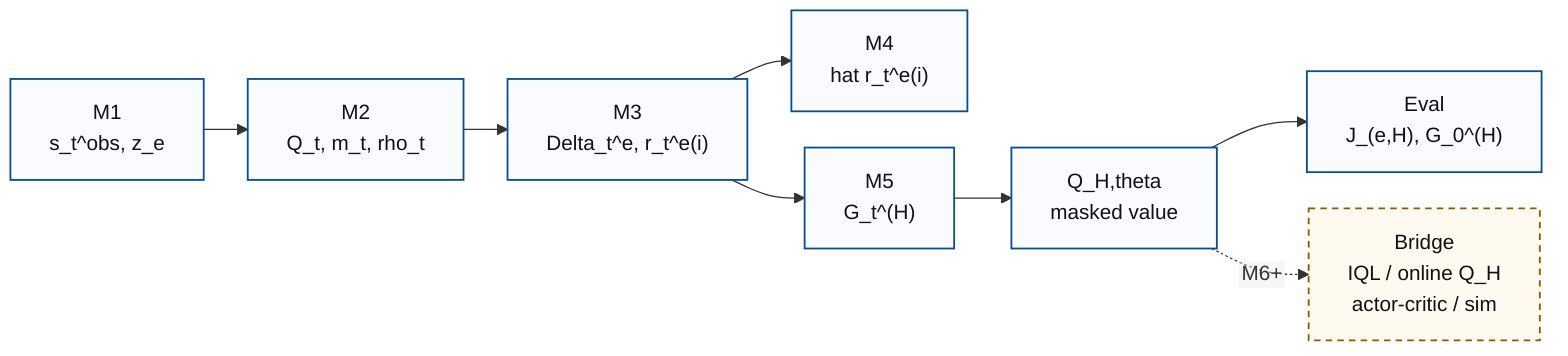
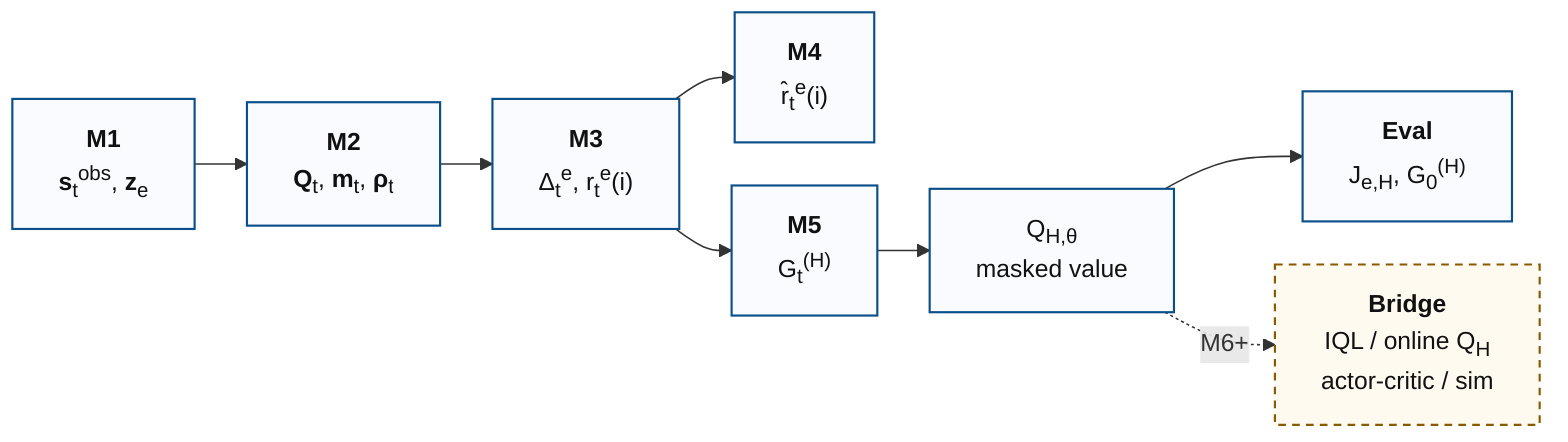
- %%{init: {"flowchart": {"htmlLabels": false, "nodeSpacing": 28, "rankSpacing": 34}}}%%
+ %%{init: {"flowchart": {"htmlLabels": true, "nodeSpacing": 28, "rankSpacing": 34}}}%%
flowchart LR
-   A["M1\ns_t^obs, z_e"] --> B["M2\nQ_t, m_t, rho_t"]
-   B --> C["M3\nDelta_t^e, r_t^e(i)"]
-   C --> D["M4\nhat r_t^e(i)"]
-   C --> E["M5\nG_t^(H)"]
-   E --> F["Q_H,theta\nmasked value"]
-   F --> G["Eval\nJ_(e,H), G_0^(H)"]
-   F -. "M6+" .-> H["Bridge\nIQL / online Q_H\nactor-critic / sim"]
+   A["<b>M1</b><br/><b>s</b><sub>t</sub><sup>obs</sup>, <b>z</b><sub>e</sub>"] --> B["<b>M2</b><br/><b>Q</b><sub>t</sub>, <b>m</b><sub>t</sub>, <b>ρ</b><sub>t</sub>"]
+   B --> C["<b>M3</b><br/>Δ<sub>t</sub><sup>e</sup>, r<sub>t</sub><sup>e</sup>(i)"]
+   C --> D["<b>M4</b><br/>r̂<sub>t</sub><sup>e</sup>(i)"]
+   C --> E["<b>M5</b><br/>G<sub>t</sub><sup>(H)</sup>"]
+   E --> F["Q<sub>H,θ</sub><br/>masked value"]
+   F --> G["<b>Eval</b><br/>J<sub>e,H</sub>, G<sub>0</sub><sup>(H)</sup>"]
+   F -. "M6+" .-> H["<b>Bridge</b><br/>IQL / online Q<sub>H</sub><br/>actor-critic / sim"]

  classDef core fill:#f9fbff,stroke:#0b4f8a,stroke-width:1.4px,color:#111;
  classDef bridge fill:#fffaf0,stroke:#8a5a00,stroke-width:1.4px,stroke-dasharray:5 4,color:#111;
  class A,B,C,D,E,F,G core;
  class H bridge;
